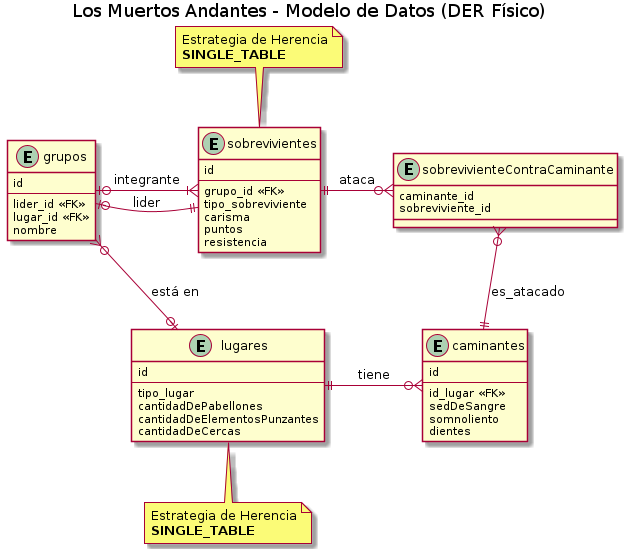
The PlantUML diagram parciales/segundo-parcial/img/parcial-muertos-andantes-1.png in manu-utn/bitacora-diseno-de-sistemas, before a commit.
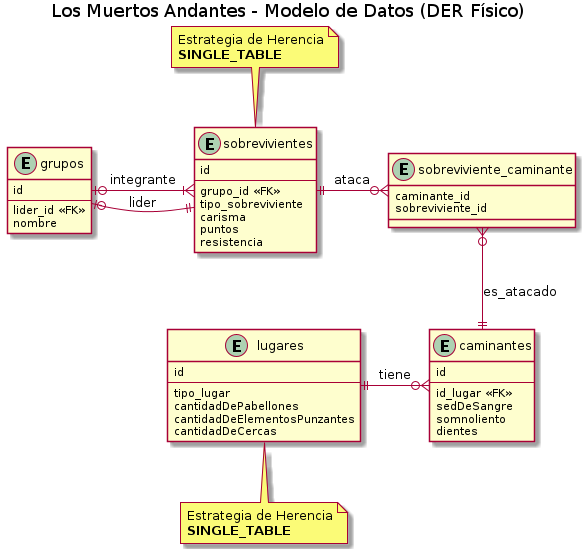
After the commit.

What changed in the source:
```diff
@@ -10,16 +10,10 @@
     resistencia
 }
 
-note top of sobrevivientes
-Estrategia de Herencia
-**SINGLE_TABLE**
-end note
-
 entity grupos{
     id
     --
     lider_id <<FK>>
-    lugar_id <<FK>>
     nombre
 }
 
@@ -32,7 +26,7 @@
     dientes
 }
 
-entity sobrevivienteContraCaminante{
+entity sobreviviente_caminante{
     caminante_id
     sobreviviente_id
 }
@@ -46,20 +40,26 @@
     cantidadDeCercas
 }
 
+
+
+grupos |o-right-|{ sobrevivientes : integrante
+grupos |o-right-|| sobrevivientes : lider
+
+sobrevivientes   ||-right-o{ sobreviviente_caminante : ataca
+caminantes        ||-up-o{ sobreviviente_caminante   : es_atacado
+
+lugares ||-right-o{ caminantes : tiene
+
+
 note bottom of lugares
 Estrategia de Herencia
 **SINGLE_TABLE**
 end note
 
 
-grupos |o-right-|{ sobrevivientes : integrante
-grupos |o-right-|| sobrevivientes : lider
-
-sobrevivientes   ||-right-o{ sobrevivienteContraCaminante : ataca
-caminantes        ||-up-o{ sobrevivienteContraCaminante   : es_atacado
-
-lugares ||-right-o{ caminantes : tiene
-
-lugares |o-up-o{ grupos    : está en
+note top of sobrevivientes
+Estrategia de Herencia
+**SINGLE_TABLE**
+end note
 
 @enduml
```
